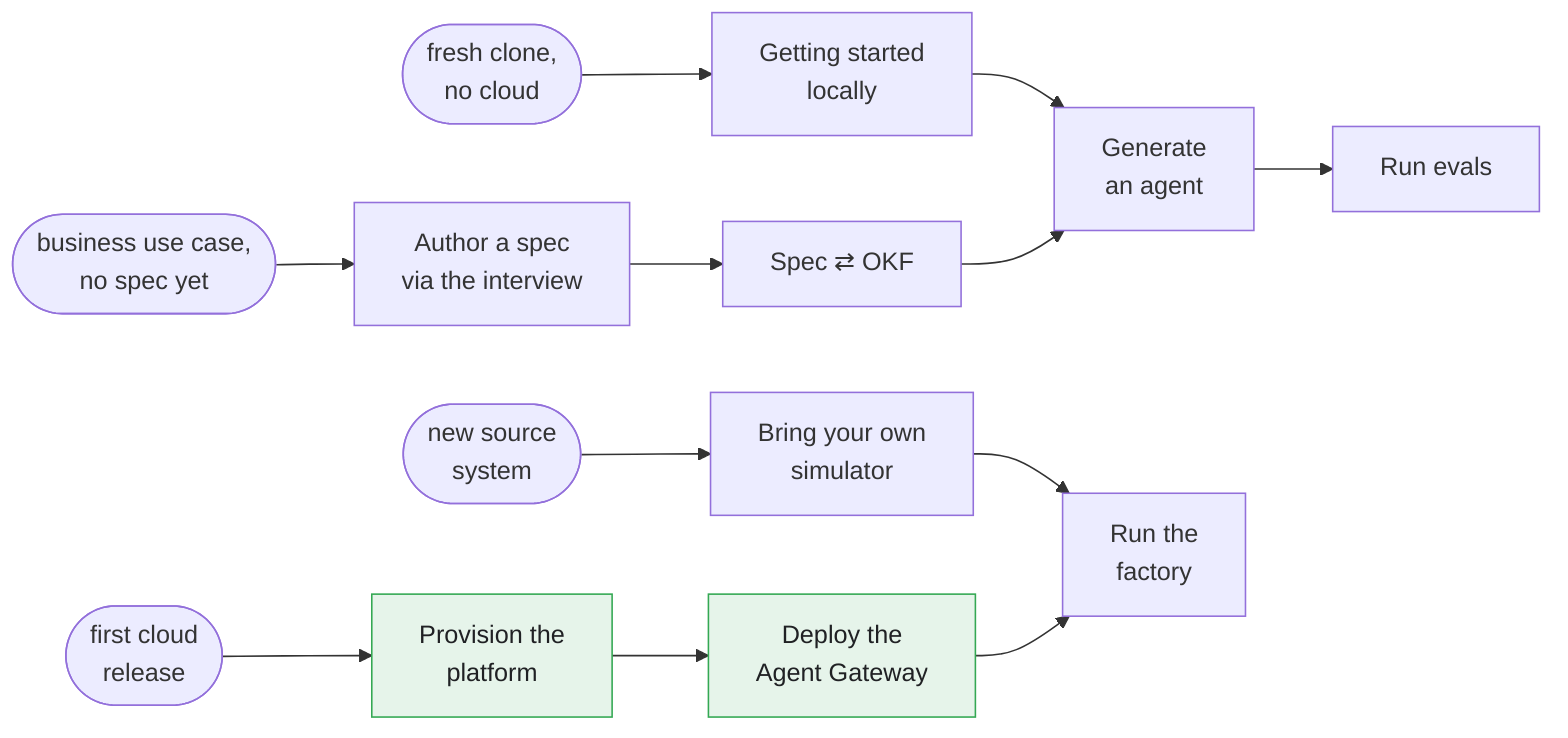
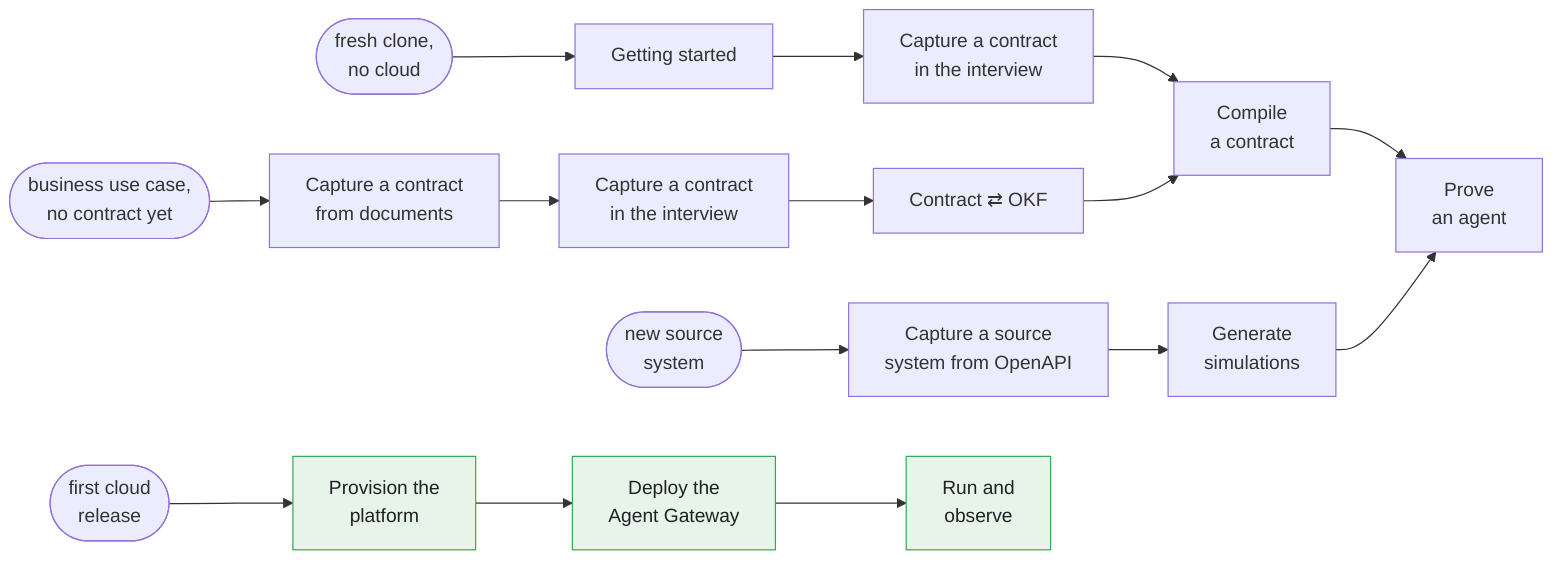
flowchart LR
-     A(["fresh clone,\nno cloud"]) --> GS["Getting started\nlocally"]
-     GS --> GA["Generate\nan agent"]
-     GA --> RE["Run evals"]
+     A(["fresh clone,\nno cloud"]) --> GS["Getting started"]
+     GS --> CI["Capture a contract\nin the interview"]
+     CI --> CC["Compile\na contract"]
+     CC --> PA["Prove\nan agent"]

-     B(["business use case,\nno spec yet"]) --> AI["Author a spec\nvia the interview"]
-     AI --> SO["Spec ⇄ OKF"]
-     SO --> GA
+     B(["business use case,\nno contract yet"]) --> CD["Capture a contract\nfrom documents"]
+     CD --> CI2["Capture a contract\nin the interview"]
+     CI2 --> OKF["Contract ⇄ OKF"]
+     OKF --> CC

-     C(["new source\nsystem"]) --> BYO["Bring your own\nsimulator"]
-     BYO --> RF["Run the\nfactory"]
+     C(["new source\nsystem"]) --> CO["Capture a source\nsystem from OpenAPI"]
+     CO --> GSIM["Generate\nsimulations"]
+     GSIM --> PA

    D(["first cloud\nrelease"]) --> PP["Provision the\nplatform"]
    PP --> DG["Deploy the\nAgent Gateway"]
-     DG --> RF
+     DG --> RO["Run and\nobserve"]

    classDef cloud fill:#e6f4ea,stroke:#34a853,color:#202124
-     class PP,DG cloud
+     class PP,DG,RO cloud
